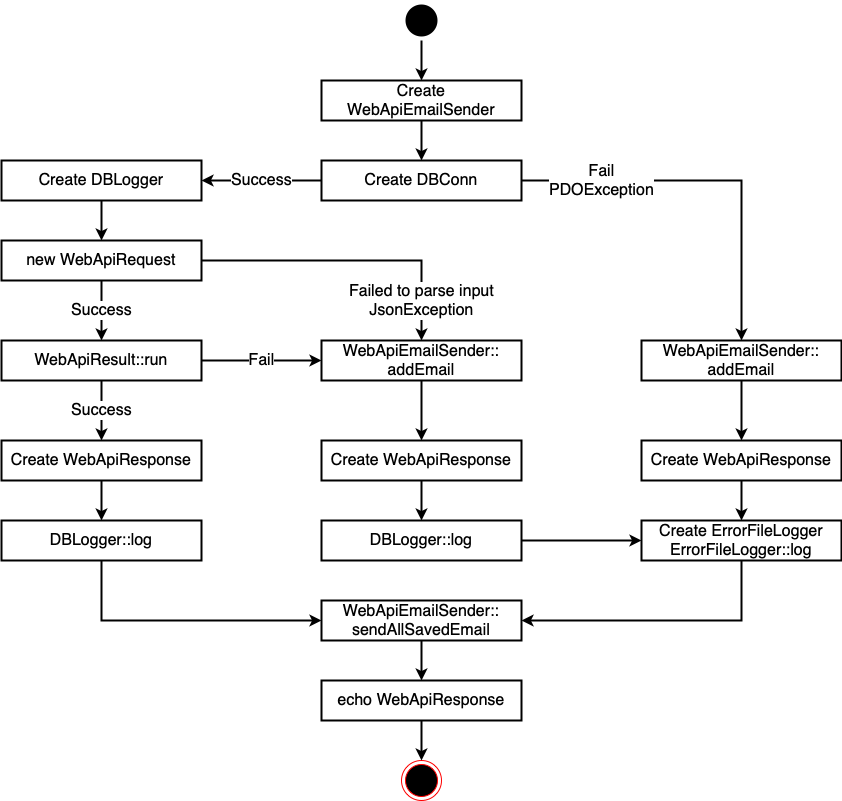
sqyfdcwj/WorkUse keeps this draw.io diagram as WebApi/ExecutionFlow.png. Above is the earlier version. Source tidied: cells renumbered, new cells last; positions are measured from the earlier drawing's top-left corner, leaving out a move shared by most shapes.
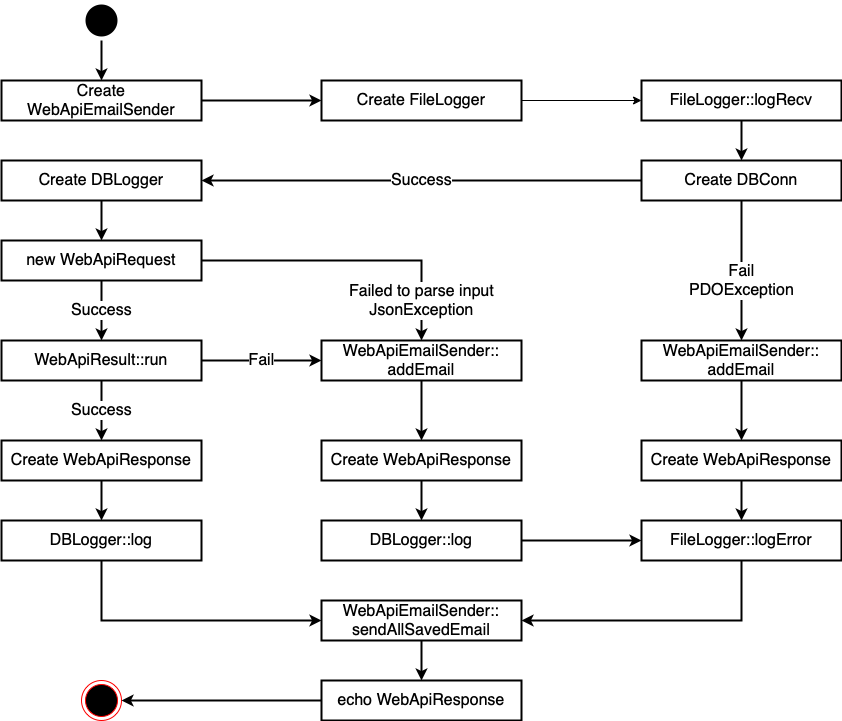
After the commit.

Diff of the diagram source:
```diff
@@ -6,13 +6,18 @@
       <mxGeometry relative="1" as="geometry" />
     </mxCell>
     <mxCell id="3" style="ellipse;html=1;shape=endState;fillColor=#000000;strokeColor=none;" parent="1" vertex="1">
-      <mxGeometry x="400" width="40" height="40" as="geometry" />
+      <mxGeometry x="80" width="40" height="40" as="geometry" />
     </mxCell>
     <mxCell id="4" style="ellipse;html=1;shape=endState;fillColor=#000000;strokeColor=#ff0000;" parent="1" vertex="1">
-      <mxGeometry x="400" y="760" width="40" height="40" as="geometry" />
+      <mxGeometry x="80" y="680" width="40" height="40" as="geometry" />
     </mxCell>
-    <mxCell id="5" value="Fail&lt;div style=&quot;font-size: 16px;&quot;&gt;PDOException&lt;/div&gt;" style="edgeStyle=orthogonalEdgeStyle;rounded=0;jettySize=auto;html=1;exitX=1;exitY=0.5;exitDx=0;exitDy=0;strokeWidth=2;fontSize=16;" parent="1" edge="1" source="7" target="23">
-      <mxGeometry x="-0.58" relative="1" as="geometry" />
+    <mxCell id="5" value="Fail&lt;div style=&quot;font-size: 16px;&quot;&gt;PDOException&lt;/div&gt;" style="edgeStyle=orthogonalEdgeStyle;rounded=0;jettySize=auto;html=1;exitX=0.5;exitY=1;exitDx=0;exitDy=0;strokeWidth=2;fontSize=16;" parent="1" edge="1" source="7" target="23">
+      <mxGeometry x="0.14" relative="1" as="geometry">
+        <Array as="points">
+          <mxPoint x="740" y="270" />
+          <mxPoint x="740" y="270" />
+        </Array>
+      </mxGeometry>
     </mxCell>
     <mxCell id="6" value="Success" style="edgeStyle=orthogonalEdgeStyle;rounded=0;jettySize=auto;html=1;exitX=0;exitY=0.5;exitDx=0;exitDy=0;entryX=1;entryY=0.5;entryDx=0;entryDy=0;fontSize=16;strokeWidth=2;" parent="1" edge="1" source="7" target="19">
       <mxGeometry relative="1" as="geometry">
@@ -23,7 +28,7 @@
       </mxGeometry>
     </mxCell>
     <mxCell id="7" value="Create DBConn" style="rounded=0;whiteSpace=wrap;html=1;strokeWidth=2;fontSize=16;" parent="1" vertex="1">
-      <mxGeometry x="320" y="160" width="200" height="40" as="geometry" />
+      <mxGeometry x="640" y="160" width="200" height="40" as="geometry" />
     </mxCell>
     <mxCell id="8" value="Failed to parse input&lt;div style=&quot;font-size: 16px;&quot;&gt;JsonException&lt;/div&gt;" style="edgeStyle=orthogonalEdgeStyle;rounded=0;jettySize=auto;html=1;exitX=1;exitY=0.5;exitDx=0;exitDy=0;strokeWidth=2;fontSize=16;" parent="1" edge="1" source="10" target="17">
       <mxGeometry x="0.73" relative="1" as="geometry" />
@@ -34,11 +39,11 @@
     <mxCell id="10" value="new WebApiRequest" style="rounded=0;whiteSpace=wrap;html=1;strokeWidth=2;fontSize=16;" parent="1" vertex="1">
       <mxGeometry y="240" width="200" height="40" as="geometry" />
     </mxCell>
-    <mxCell id="11" style="edgeStyle=orthogonalEdgeStyle;rounded=0;jettySize=auto;html=1;exitX=0.5;exitY=1;exitDx=0;exitDy=0;strokeWidth=2;fontSize=16;" parent="1" edge="1" source="12" target="7">
+    <mxCell id="11" style="edgeStyle=orthogonalEdgeStyle;rounded=0;jettySize=auto;html=1;exitX=0.5;exitY=1;exitDx=0;exitDy=0;strokeWidth=2;fontSize=16;" parent="1" edge="1" source="41" target="7">
       <mxGeometry relative="1" as="geometry" />
     </mxCell>
     <mxCell id="12" value="Create&lt;div&gt;WebApiEmailSender&lt;/div&gt;" style="rounded=0;whiteSpace=wrap;html=1;strokeWidth=2;fontSize=16;" parent="1" vertex="1">
-      <mxGeometry x="320" y="80" width="200" height="40" as="geometry" />
+      <mxGeometry y="80" width="200" height="40" as="geometry" />
     </mxCell>
     <mxCell id="13" value="Fail" style="edgeStyle=orthogonalEdgeStyle;rounded=0;jettySize=auto;html=1;exitX=1;exitY=0.5;exitDx=0;exitDy=0;entryX=0;entryY=0.5;entryDx=0;entryDy=0;fontSize=16;strokeWidth=2;" parent="1" edge="1" source="15" target="17">
       <mxGeometry relative="1" as="geometry" />
@@ -91,8 +96,13 @@
     <mxCell id="29" value="WebApiEmailSender::&lt;div&gt;sendAllSavedEmail&lt;/div&gt;" style="rounded=0;whiteSpace=wrap;html=1;strokeWidth=2;fontSize=16;" parent="1" vertex="1">
       <mxGeometry x="320" y="600" width="200" height="40" as="geometry" />
     </mxCell>
-    <mxCell id="30" style="edgeStyle=orthogonalEdgeStyle;rounded=0;jettySize=auto;html=1;exitX=0.5;exitY=1;exitDx=0;exitDy=0;entryX=0.5;entryY=0;entryDx=0;entryDy=0;strokeWidth=2;" parent="1" edge="1" source="31" target="4">
-      <mxGeometry relative="1" as="geometry" />
+    <mxCell id="30" style="edgeStyle=orthogonalEdgeStyle;rounded=0;jettySize=auto;html=1;exitX=0;exitY=0.5;exitDx=0;exitDy=0;entryX=1;entryY=0.5;entryDx=0;entryDy=0;strokeWidth=2;" parent="1" edge="1" source="31" target="4">
+      <mxGeometry relative="1" as="geometry">
+        <Array as="points">
+          <mxPoint x="190" y="700" />
+          <mxPoint x="190" y="700" />
+        </Array>
+      </mxGeometry>
     </mxCell>
     <mxCell id="31" value="echo WebApiResponse" style="rounded=0;whiteSpace=wrap;html=1;strokeWidth=2;fontSize=16;" parent="1" vertex="1">
       <mxGeometry x="320" y="680" width="200" height="40" as="geometry" />
@@ -100,7 +110,7 @@
     <mxCell id="32" style="edgeStyle=orthogonalEdgeStyle;rounded=0;jettySize=auto;html=1;exitX=0.5;exitY=1;exitDx=0;exitDy=0;entryX=1;entryY=0.5;entryDx=0;entryDy=0;strokeWidth=2;" parent="1" edge="1" source="33" target="29">
       <mxGeometry relative="1" as="geometry" />
     </mxCell>
-    <mxCell id="33" value="Create ErrorFileLogger&lt;div&gt;ErrorFileLogger::log&lt;/div&gt;" style="rounded=0;whiteSpace=wrap;html=1;strokeWidth=2;fontSize=16;" parent="1" vertex="1">
+    <mxCell id="33" value="FileLogger::logError" style="rounded=0;whiteSpace=wrap;html=1;strokeWidth=2;fontSize=16;" parent="1" vertex="1">
       <mxGeometry x="640" y="520" width="200" height="40" as="geometry" />
     </mxCell>
     <mxCell id="34" style="edgeStyle=orthogonalEdgeStyle;rounded=0;jettySize=auto;html=1;exitX=0.5;exitY=1;exitDx=0;exitDy=0;strokeWidth=2;" parent="1" edge="1" source="35" target="37">
@@ -115,5 +125,17 @@
     <mxCell id="37" value="DBLogger::log" style="rounded=0;whiteSpace=wrap;html=1;strokeWidth=2;fontSize=16;" parent="1" vertex="1">
       <mxGeometry x="320" y="520" width="200" height="40" as="geometry" />
     </mxCell>
+    <mxCell id="38" style="edgeStyle=orthogonalEdgeStyle;rounded=0;jettySize=auto;html=1;exitX=1;exitY=0.5;exitDx=0;exitDy=0;entryX=0;entryY=0.5;entryDx=0;entryDy=0;strokeWidth=2;" parent="1" edge="1" source="12" target="40">
+      <mxGeometry relative="1" as="geometry" />
+    </mxCell>
+    <mxCell id="39" style="edgeStyle=orthogonalEdgeStyle;rounded=0;jettySize=auto;html=1;exitX=1;exitY=0.5;exitDx=0;exitDy=0;entryX=0;entryY=0.5;entryDx=0;entryDy=0;" parent="1" edge="1" source="40" target="41">
+      <mxGeometry relative="1" as="geometry" />
+    </mxCell>
+    <mxCell id="40" value="Create FileLogger" style="rounded=0;whiteSpace=wrap;html=1;strokeWidth=2;fontSize=16;" parent="1" vertex="1">
+      <mxGeometry x="320" y="80" width="200" height="40" as="geometry" />
+    </mxCell>
+    <mxCell id="41" value="FileLogger::logRecv" style="rounded=0;whiteSpace=wrap;html=1;strokeWidth=2;fontSize=16;" parent="1" vertex="1">
+      <mxGeometry x="640" y="80" width="200" height="40" as="geometry" />
+    </mxCell>
   </root>
 </mxGraphModel>
```
